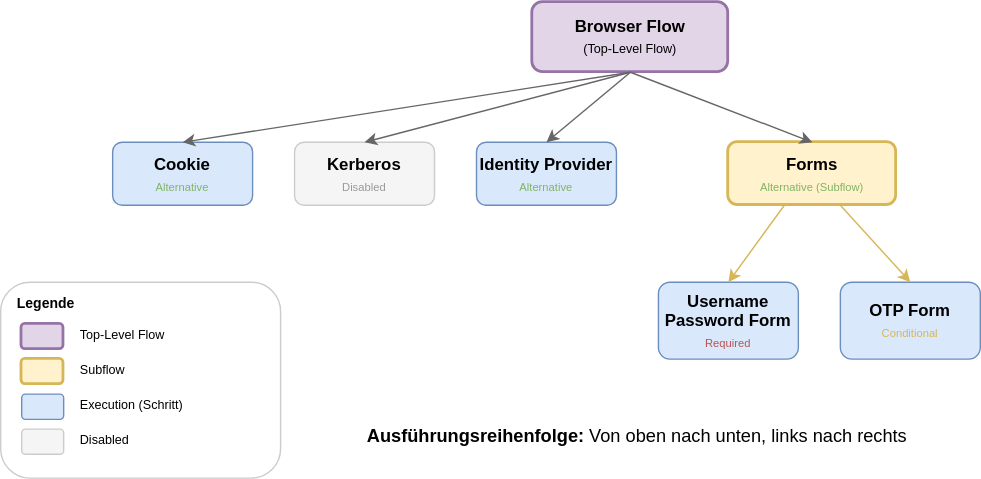
The draw.io diagram slides/05-authentifizierung-mfa/images/flow_structure.drawio.svg in it-erben/training-keycloak, before a commit. Source tidied: cells renumbered, new cells last; positions are measured from the earlier drawing's top-left corner, leaving out a move shared by most shapes. The source it was exported from:
```xml
<mxGraphModel>
  <root>
    <mxCell id="0" />
    <mxCell id="1" parent="0" />
    <mxCell id="2" value="&lt;b&gt;Browser Flow&lt;/b&gt;&lt;br&gt;&lt;font style=&quot;font-size:9px&quot;&gt;(Top-Level Flow)&lt;/font&gt;" style="rounded=1;whiteSpace=wrap;html=1;fillColor=#e1d5e7;strokeColor=#9673a6;strokeWidth=2;" parent="1" vertex="1">
      <mxGeometry x="380" width="140" height="50" as="geometry" />
    </mxCell>
    <mxCell id="3" value="&lt;b&gt;Cookie&lt;/b&gt;&lt;br&gt;&lt;font style=&quot;font-size:8px&quot; color=&quot;#82b366&quot;&gt;Alternative&lt;/font&gt;" style="rounded=1;whiteSpace=wrap;html=1;fillColor=#dae8fc;strokeColor=#6c8ebf;" parent="1" vertex="1">
      <mxGeometry x="80" y="100" width="100" height="45" as="geometry" />
    </mxCell>
    <mxCell id="4" value="&lt;b&gt;Kerberos&lt;/b&gt;&lt;br&gt;&lt;font style=&quot;font-size:8px&quot; color=&quot;#999999&quot;&gt;Disabled&lt;/font&gt;" style="rounded=1;whiteSpace=wrap;html=1;fillColor=#f5f5f5;strokeColor=#CCCCCC;strokeDashArray=3 3;" parent="1" vertex="1">
      <mxGeometry x="210" y="100" width="100" height="45" as="geometry" />
    </mxCell>
    <mxCell id="5" value="&lt;b&gt;Identity Provider&lt;/b&gt;&lt;br&gt;&lt;font style=&quot;font-size:8px&quot; color=&quot;#82b366&quot;&gt;Alternative&lt;/font&gt;" style="rounded=1;whiteSpace=wrap;html=1;fillColor=#dae8fc;strokeColor=#6c8ebf;" parent="1" vertex="1">
      <mxGeometry x="340" y="100" width="100" height="45" as="geometry" />
    </mxCell>
    <mxCell id="6" value="&lt;b&gt;Forms&lt;/b&gt;&lt;br&gt;&lt;font style=&quot;font-size:8px&quot; color=&quot;#82b366&quot;&gt;Alternative (Subflow)&lt;/font&gt;" style="rounded=1;whiteSpace=wrap;html=1;fillColor=#fff2cc;strokeColor=#d6b656;strokeWidth=2;" parent="1" vertex="1">
      <mxGeometry x="520" y="100" width="120" height="45" as="geometry" />
    </mxCell>
    <mxCell id="7" style="endArrow=classic;html=1;strokeWidth=1;strokeColor=#666666;exitX=0.5;exitY=1;exitDx=0;exitDy=0;" parent="1" edge="1" source="2">
      <mxGeometry relative="1" as="geometry">
        <mxPoint x="130" y="100" as="targetPoint" />
      </mxGeometry>
    </mxCell>
    <mxCell id="8" style="endArrow=classic;html=1;strokeWidth=1;strokeColor=#666666;" parent="1" edge="1">
      <mxGeometry relative="1" as="geometry">
        <mxPoint x="450" y="50" as="sourcePoint" />
        <mxPoint x="260" y="100" as="targetPoint" />
      </mxGeometry>
    </mxCell>
    <mxCell id="9" style="endArrow=classic;html=1;strokeWidth=1;strokeColor=#666666;" parent="1" edge="1">
      <mxGeometry relative="1" as="geometry">
        <mxPoint x="450" y="50" as="sourcePoint" />
        <mxPoint x="390" y="100" as="targetPoint" />
      </mxGeometry>
    </mxCell>
    <mxCell id="10" style="endArrow=classic;html=1;strokeWidth=1;strokeColor=#666666;" parent="1" edge="1">
      <mxGeometry relative="1" as="geometry">
        <mxPoint x="450" y="50" as="sourcePoint" />
        <mxPoint x="580" y="100" as="targetPoint" />
      </mxGeometry>
    </mxCell>
    <mxCell id="11" value="&lt;b&gt;Username&lt;br&gt;Password Form&lt;/b&gt;&lt;br&gt;&lt;font style=&quot;font-size:8px&quot; color=&quot;#b85450&quot;&gt;Required&lt;/font&gt;" style="rounded=1;whiteSpace=wrap;html=1;fillColor=#dae8fc;strokeColor=#6c8ebf;" parent="1" vertex="1">
      <mxGeometry x="470" y="200" width="100" height="55" as="geometry" />
    </mxCell>
    <mxCell id="12" value="&lt;b&gt;OTP Form&lt;/b&gt;&lt;br&gt;&lt;font style=&quot;font-size:8px&quot; color=&quot;#d6b656&quot;&gt;Conditional&lt;/font&gt;" style="rounded=1;whiteSpace=wrap;html=1;fillColor=#dae8fc;strokeColor=#6c8ebf;" parent="1" vertex="1">
      <mxGeometry x="600" y="200" width="100" height="55" as="geometry" />
    </mxCell>
    <mxCell id="13" style="endArrow=classic;html=1;strokeWidth=1;strokeColor=#d6b656;" parent="1" edge="1">
      <mxGeometry relative="1" as="geometry">
        <mxPoint x="560" y="145" as="sourcePoint" />
        <mxPoint x="520" y="200" as="targetPoint" />
      </mxGeometry>
    </mxCell>
    <mxCell id="14" style="endArrow=classic;html=1;strokeWidth=1;strokeColor=#d6b656;" parent="1" edge="1">
      <mxGeometry relative="1" as="geometry">
        <mxPoint x="600" y="145" as="sourcePoint" />
        <mxPoint x="650" y="200" as="targetPoint" />
      </mxGeometry>
    </mxCell>
    <mxCell id="15" style="rounded=1;whiteSpace=wrap;html=1;fillColor=#ffffff;strokeColor=#CCCCCC;strokeWidth=1;" parent="1" vertex="1">
      <mxGeometry y="200" width="200" height="140" as="geometry" />
    </mxCell>
    <mxCell id="16" value="&lt;b style=&quot;font-size:10px&quot;&gt;Legende&lt;/b&gt;" style="text;html=1;strokeColor=none;fillColor=none;align=left;verticalAlign=middle;whiteSpace=wrap;rounded=0;" parent="1" vertex="1">
      <mxGeometry x="10" y="205" width="80" height="20" as="geometry" />
    </mxCell>
    <mxCell id="17" style="rounded=1;whiteSpace=wrap;html=1;fillColor=#e1d5e7;strokeColor=#9673a6;strokeWidth=2;" parent="1" vertex="1">
      <mxGeometry x="15" y="230" width="30" height="18" as="geometry" />
    </mxCell>
    <mxCell id="18" value="&lt;font style=&quot;font-size:9px&quot;&gt;Top-Level Flow&lt;/font&gt;" style="text;html=1;strokeColor=none;fillColor=none;align=left;verticalAlign=middle;whiteSpace=wrap;rounded=0;" parent="1" vertex="1">
      <mxGeometry x="55" y="227" width="90" height="20" as="geometry" />
    </mxCell>
    <mxCell id="19" style="rounded=1;whiteSpace=wrap;html=1;fillColor=#fff2cc;strokeColor=#d6b656;strokeWidth=2;" parent="1" vertex="1">
      <mxGeometry x="15" y="255" width="30" height="18" as="geometry" />
    </mxCell>
    <mxCell id="20" value="&lt;font style=&quot;font-size:9px&quot;&gt;Subflow&lt;/font&gt;" style="text;html=1;strokeColor=none;fillColor=none;align=left;verticalAlign=middle;whiteSpace=wrap;rounded=0;" parent="1" vertex="1">
      <mxGeometry x="55" y="252" width="90" height="20" as="geometry" />
    </mxCell>
    <mxCell id="21" style="rounded=1;whiteSpace=wrap;html=1;fillColor=#dae8fc;strokeColor=#6c8ebf;" parent="1" vertex="1">
      <mxGeometry x="15" y="280" width="30" height="18" as="geometry" />
    </mxCell>
    <mxCell id="22" value="&lt;font style=&quot;font-size:9px&quot;&gt;Execution (Schritt)&lt;/font&gt;" style="text;html=1;strokeColor=none;fillColor=none;align=left;verticalAlign=middle;whiteSpace=wrap;rounded=0;" parent="1" vertex="1">
      <mxGeometry x="55" y="277" width="110" height="20" as="geometry" />
    </mxCell>
    <mxCell id="23" style="rounded=1;whiteSpace=wrap;html=1;fillColor=#f5f5f5;strokeColor=#CCCCCC;strokeDashArray=3 3;" parent="1" vertex="1">
      <mxGeometry x="15" y="305" width="30" height="18" as="geometry" />
    </mxCell>
    <mxCell id="24" value="&lt;font style=&quot;font-size:9px&quot;&gt;Disabled&lt;/font&gt;" style="text;html=1;strokeColor=none;fillColor=none;align=left;verticalAlign=middle;whiteSpace=wrap;rounded=0;" parent="1" vertex="1">
      <mxGeometry x="55" y="302" width="90" height="20" as="geometry" />
    </mxCell>
    <mxCell id="25" value="&lt;font&gt;&lt;b&gt;Ausführungsreihenfolge:&lt;/b&gt; Von oben nach unten, links nach rechts&lt;/font&gt;" style="text;html=1;strokeColor=none;fillColor=none;align=center;verticalAlign=middle;whiteSpace=wrap;rounded=0;fontSize=13;" parent="1" vertex="1">
      <mxGeometry x="260" y="300" width="390" height="20" as="geometry" />
    </mxCell>
  </root>
</mxGraphModel>
```
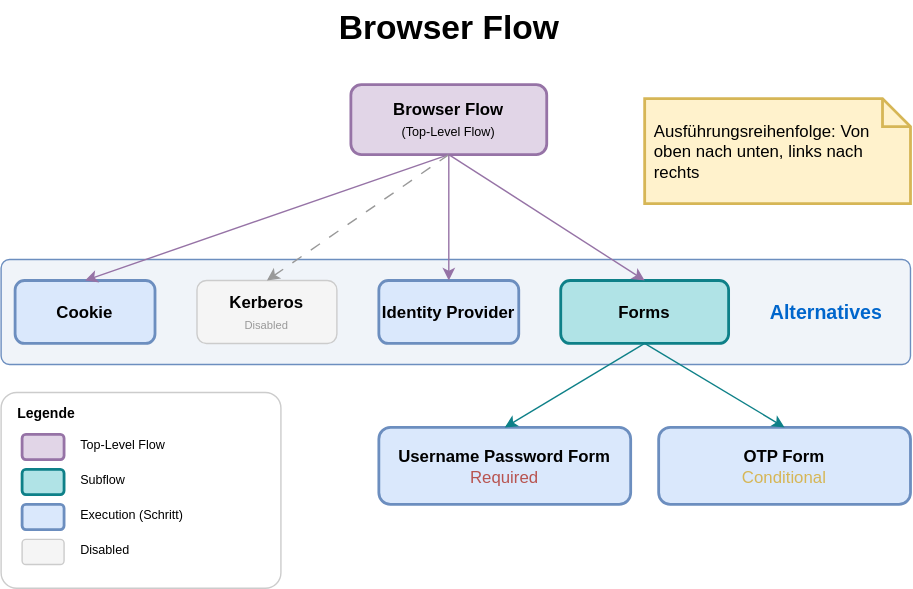
After the change.

Change to the diagram source:
```diff
@@ -2,63 +2,55 @@
   <root>
     <mxCell id="0" />
     <mxCell id="1" parent="0" />
+    <mxCell id="26" style="rounded=1;whiteSpace=wrap;html=1;fillColor=light-dark(#f0f4f9, #1d293b);strokeColor=#6c8ebf;strokeWidth=1;arcSize=8;" parent="1" vertex="1">
+      <mxGeometry y="105" width="650" height="75" as="geometry" />
+    </mxCell>
     <mxCell id="2" value="&lt;b&gt;Browser Flow&lt;/b&gt;&lt;br&gt;&lt;font style=&quot;font-size:9px&quot;&gt;(Top-Level Flow)&lt;/font&gt;" style="rounded=1;whiteSpace=wrap;html=1;fillColor=#e1d5e7;strokeColor=#9673a6;strokeWidth=2;" parent="1" vertex="1">
-      <mxGeometry x="380" width="140" height="50" as="geometry" />
+      <mxGeometry x="250" y="-20" width="140" height="50" as="geometry" />
     </mxCell>
-    <mxCell id="3" value="&lt;b&gt;Cookie&lt;/b&gt;&lt;br&gt;&lt;font style=&quot;font-size:8px&quot; color=&quot;#82b366&quot;&gt;Alternative&lt;/font&gt;" style="rounded=1;whiteSpace=wrap;html=1;fillColor=#dae8fc;strokeColor=#6c8ebf;" parent="1" vertex="1">
-      <mxGeometry x="80" y="100" width="100" height="45" as="geometry" />
+    <mxCell id="3" value="&lt;b&gt;Cookie&lt;/b&gt;" style="rounded=1;whiteSpace=wrap;html=1;fillColor=#dae8fc;strokeColor=#6c8ebf;strokeWidth=2;" parent="1" vertex="1">
+      <mxGeometry x="10" y="120" width="100" height="45" as="geometry" />
     </mxCell>
     <mxCell id="4" value="&lt;b&gt;Kerberos&lt;/b&gt;&lt;br&gt;&lt;font style=&quot;font-size:8px&quot; color=&quot;#999999&quot;&gt;Disabled&lt;/font&gt;" style="rounded=1;whiteSpace=wrap;html=1;fillColor=#f5f5f5;strokeColor=#CCCCCC;strokeDashArray=3 3;" parent="1" vertex="1">
-      <mxGeometry x="210" y="100" width="100" height="45" as="geometry" />
+      <mxGeometry x="140" y="120" width="100" height="45" as="geometry" />
     </mxCell>
-    <mxCell id="5" value="&lt;b&gt;Identity Provider&lt;/b&gt;&lt;br&gt;&lt;font style=&quot;font-size:8px&quot; color=&quot;#82b366&quot;&gt;Alternative&lt;/font&gt;" style="rounded=1;whiteSpace=wrap;html=1;fillColor=#dae8fc;strokeColor=#6c8ebf;" parent="1" vertex="1">
-      <mxGeometry x="340" y="100" width="100" height="45" as="geometry" />
+    <mxCell id="5" value="&lt;b&gt;Identity Provider&lt;/b&gt;" style="rounded=1;whiteSpace=wrap;html=1;fillColor=#dae8fc;strokeColor=#6c8ebf;strokeWidth=2;" parent="1" vertex="1">
+      <mxGeometry x="270" y="120" width="100" height="45" as="geometry" />
     </mxCell>
-    <mxCell id="6" value="&lt;b&gt;Forms&lt;/b&gt;&lt;br&gt;&lt;font style=&quot;font-size:8px&quot; color=&quot;#82b366&quot;&gt;Alternative (Subflow)&lt;/font&gt;" style="rounded=1;whiteSpace=wrap;html=1;fillColor=#fff2cc;strokeColor=#d6b656;strokeWidth=2;" parent="1" vertex="1">
-      <mxGeometry x="520" y="100" width="120" height="45" as="geometry" />
+    <mxCell id="6" value="&lt;b&gt;Forms&lt;/b&gt;" style="rounded=1;whiteSpace=wrap;html=1;fillColor=#b0e3e6;strokeColor=#0e8088;strokeWidth=2;" parent="1" vertex="1">
+      <mxGeometry x="400" y="120" width="120" height="45" as="geometry" />
     </mxCell>
-    <mxCell id="7" style="endArrow=classic;html=1;strokeWidth=1;strokeColor=#666666;exitX=0.5;exitY=1;exitDx=0;exitDy=0;" parent="1" edge="1" source="2">
+    <mxCell id="7" style="endArrow=classic;html=1;strokeWidth=1;strokeColor=#9673a6;exitX=0.5;exitY=1;exitDx=0;exitDy=0;fillColor=#e1d5e7;" parent="1" edge="1" source="2">
       <mxGeometry relative="1" as="geometry">
-        <mxPoint x="130" y="100" as="targetPoint" />
+        <mxPoint x="60" y="120" as="targetPoint" />
       </mxGeometry>
     </mxCell>
-    <mxCell id="8" style="endArrow=classic;html=1;strokeWidth=1;strokeColor=#666666;" parent="1" edge="1">
+    <mxCell id="8" style="endArrow=classic;html=1;strokeWidth=1;strokeColor=#999999;exitX=0.5;exitY=1;exitDx=0;exitDy=0;dashed=1;dashPattern=8 8;" parent="1" edge="1" source="2">
       <mxGeometry relative="1" as="geometry">
-        <mxPoint x="450" y="50" as="sourcePoint" />
-        <mxPoint x="260" y="100" as="targetPoint" />
+        <mxPoint x="190" y="120" as="targetPoint" />
       </mxGeometry>
     </mxCell>
-    <mxCell id="9" style="endArrow=classic;html=1;strokeWidth=1;strokeColor=#666666;" parent="1" edge="1">
+    <mxCell id="9" style="endArrow=classic;html=1;strokeWidth=1;strokeColor=#9673a6;exitX=0.5;exitY=1;exitDx=0;exitDy=0;fillColor=#e1d5e7;" parent="1" edge="1" source="2">
       <mxGeometry relative="1" as="geometry">
-        <mxPoint x="450" y="50" as="sourcePoint" />
-        <mxPoint x="390" y="100" as="targetPoint" />
+        <mxPoint x="320" y="120" as="targetPoint" />
       </mxGeometry>
     </mxCell>
-    <mxCell id="10" style="endArrow=classic;html=1;strokeWidth=1;strokeColor=#666666;" parent="1" edge="1">
-      <mxGeometry relative="1" as="geometry">
-        <mxPoint x="450" y="50" as="sourcePoint" />
-        <mxPoint x="580" y="100" as="targetPoint" />
-      </mxGeometry>
+    <mxCell id="10" style="endArrow=classic;html=1;strokeWidth=1;strokeColor=#9673a6;exitX=0.5;exitY=1;exitDx=0;exitDy=0;entryX=0.5;entryY=0;entryDx=0;entryDy=0;fillColor=#e1d5e7;" parent="1" edge="1" source="2" target="6">
+      <mxGeometry relative="1" as="geometry" />
     </mxCell>
-    <mxCell id="11" value="&lt;b&gt;Username&lt;br&gt;Password Form&lt;/b&gt;&lt;br&gt;&lt;font style=&quot;font-size:8px&quot; color=&quot;#b85450&quot;&gt;Required&lt;/font&gt;" style="rounded=1;whiteSpace=wrap;html=1;fillColor=#dae8fc;strokeColor=#6c8ebf;" parent="1" vertex="1">
-      <mxGeometry x="470" y="200" width="100" height="55" as="geometry" />
+    <mxCell id="11" value="&lt;b&gt;Username Password Form&lt;/b&gt;&lt;br&gt;&lt;font color=&quot;#b85450&quot;&gt;Required&lt;/font&gt;" style="rounded=1;whiteSpace=wrap;html=1;fillColor=#dae8fc;strokeColor=#6c8ebf;strokeWidth=2;" parent="1" vertex="1">
+      <mxGeometry x="270" y="225" width="180" height="55" as="geometry" />
     </mxCell>
-    <mxCell id="12" value="&lt;b&gt;OTP Form&lt;/b&gt;&lt;br&gt;&lt;font style=&quot;font-size:8px&quot; color=&quot;#d6b656&quot;&gt;Conditional&lt;/font&gt;" style="rounded=1;whiteSpace=wrap;html=1;fillColor=#dae8fc;strokeColor=#6c8ebf;" parent="1" vertex="1">
-      <mxGeometry x="600" y="200" width="100" height="55" as="geometry" />
+    <mxCell id="12" value="&lt;b&gt;OTP Form&lt;/b&gt;&lt;br&gt;&lt;font color=&quot;#d6b656&quot;&gt;Conditional&lt;/font&gt;" style="rounded=1;whiteSpace=wrap;html=1;fillColor=#dae8fc;strokeColor=#6c8ebf;strokeWidth=2;" parent="1" vertex="1">
+      <mxGeometry x="470" y="225" width="180" height="55" as="geometry" />
     </mxCell>
-    <mxCell id="13" style="endArrow=classic;html=1;strokeWidth=1;strokeColor=#d6b656;" parent="1" edge="1">
-      <mxGeometry relative="1" as="geometry">
-        <mxPoint x="560" y="145" as="sourcePoint" />
-        <mxPoint x="520" y="200" as="targetPoint" />
-      </mxGeometry>
+    <mxCell id="13" style="endArrow=classic;html=1;strokeWidth=1;strokeColor=#0e8088;exitX=0.5;exitY=1;exitDx=0;exitDy=0;entryX=0.5;entryY=0;entryDx=0;entryDy=0;fillColor=#b0e3e6;" parent="1" edge="1" source="6" target="11">
+      <mxGeometry relative="1" as="geometry" />
     </mxCell>
-    <mxCell id="14" style="endArrow=classic;html=1;strokeWidth=1;strokeColor=#d6b656;" parent="1" edge="1">
-      <mxGeometry relative="1" as="geometry">
-        <mxPoint x="600" y="145" as="sourcePoint" />
-        <mxPoint x="650" y="200" as="targetPoint" />
-      </mxGeometry>
+    <mxCell id="14" style="endArrow=classic;html=1;strokeWidth=1;strokeColor=#0e8088;exitX=0.5;exitY=1;exitDx=0;exitDy=0;entryX=0.5;entryY=0;entryDx=0;entryDy=0;fillColor=#b0e3e6;" parent="1" edge="1" source="6" target="12">
+      <mxGeometry relative="1" as="geometry" />
     </mxCell>
-    <mxCell id="15" style="rounded=1;whiteSpace=wrap;html=1;fillColor=#ffffff;strokeColor=#CCCCCC;strokeWidth=1;" parent="1" vertex="1">
+    <mxCell id="15" style="rounded=1;whiteSpace=wrap;html=1;fillColor=#ffffff;strokeColor=#CCCCCC;strokeWidth=1;arcSize=8;" parent="1" vertex="1">
       <mxGeometry y="200" width="200" height="140" as="geometry" />
     </mxCell>
     <mxCell id="16" value="&lt;b style=&quot;font-size:10px&quot;&gt;Legende&lt;/b&gt;" style="text;html=1;strokeColor=none;fillColor=none;align=left;verticalAlign=middle;whiteSpace=wrap;rounded=0;" parent="1" vertex="1">
@@ -70,13 +62,13 @@
     <mxCell id="18" value="&lt;font style=&quot;font-size:9px&quot;&gt;Top-Level Flow&lt;/font&gt;" style="text;html=1;strokeColor=none;fillColor=none;align=left;verticalAlign=middle;whiteSpace=wrap;rounded=0;" parent="1" vertex="1">
       <mxGeometry x="55" y="227" width="90" height="20" as="geometry" />
     </mxCell>
-    <mxCell id="19" style="rounded=1;whiteSpace=wrap;html=1;fillColor=#fff2cc;strokeColor=#d6b656;strokeWidth=2;" parent="1" vertex="1">
+    <mxCell id="19" style="rounded=1;whiteSpace=wrap;html=1;fillColor=#b0e3e6;strokeColor=#0e8088;strokeWidth=2;" parent="1" vertex="1">
       <mxGeometry x="15" y="255" width="30" height="18" as="geometry" />
     </mxCell>
     <mxCell id="20" value="&lt;font style=&quot;font-size:9px&quot;&gt;Subflow&lt;/font&gt;" style="text;html=1;strokeColor=none;fillColor=none;align=left;verticalAlign=middle;whiteSpace=wrap;rounded=0;" parent="1" vertex="1">
       <mxGeometry x="55" y="252" width="90" height="20" as="geometry" />
     </mxCell>
-    <mxCell id="21" style="rounded=1;whiteSpace=wrap;html=1;fillColor=#dae8fc;strokeColor=#6c8ebf;" parent="1" vertex="1">
+    <mxCell id="21" style="rounded=1;whiteSpace=wrap;html=1;fillColor=#dae8fc;strokeColor=#6c8ebf;strokeWidth=2;" parent="1" vertex="1">
       <mxGeometry x="15" y="280" width="30" height="18" as="geometry" />
     </mxCell>
     <mxCell id="22" value="&lt;font style=&quot;font-size:9px&quot;&gt;Execution (Schritt)&lt;/font&gt;" style="text;html=1;strokeColor=none;fillColor=none;align=left;verticalAlign=middle;whiteSpace=wrap;rounded=0;" parent="1" vertex="1">
@@ -88,8 +80,14 @@
     <mxCell id="24" value="&lt;font style=&quot;font-size:9px&quot;&gt;Disabled&lt;/font&gt;" style="text;html=1;strokeColor=none;fillColor=none;align=left;verticalAlign=middle;whiteSpace=wrap;rounded=0;" parent="1" vertex="1">
       <mxGeometry x="55" y="302" width="90" height="20" as="geometry" />
     </mxCell>
-    <mxCell id="25" value="&lt;font&gt;&lt;b&gt;Ausführungsreihenfolge:&lt;/b&gt; Von oben nach unten, links nach rechts&lt;/font&gt;" style="text;html=1;strokeColor=none;fillColor=none;align=center;verticalAlign=middle;whiteSpace=wrap;rounded=0;fontSize=13;" parent="1" vertex="1">
-      <mxGeometry x="260" y="300" width="390" height="20" as="geometry" />
+    <mxCell id="25" value="Ausführungsreihenfolge: Von oben nach unten, links nach rechts" style="shape=note;strokeWidth=2;fontSize=12;size=20;whiteSpace=wrap;align=left;spacingLeft=5;fillColor=#fff2cc;strokeColor=#d6b656;" parent="1" vertex="1">
+      <mxGeometry x="460" y="-10" width="190" height="75" as="geometry" />
     </mxCell>
+    <mxCell id="27" value="&lt;b&gt;&lt;font style=&quot;color: rgb(0, 102, 204);&quot;&gt;Alternatives&lt;/font&gt;&lt;/b&gt;" style="text;html=1;align=center;verticalAlign=middle;whiteSpace=wrap;rounded=0;fontSize=14;" parent="1" vertex="1">
+      <mxGeometry x="560" y="127.5" width="60" height="30" as="geometry" />
+    </mxCell>
+    <mxCell id="28" value="Browser Flow" style="text;strokeColor=none;fillColor=none;html=1;fontSize=24;fontStyle=1;verticalAlign=middle;align=center;" parent="1" vertex="1">
+      <mxGeometry x="270" y="-80" width="100" height="40" as="geometry" />
+    </mxCell>
   </root>
 </mxGraphModel>
```
